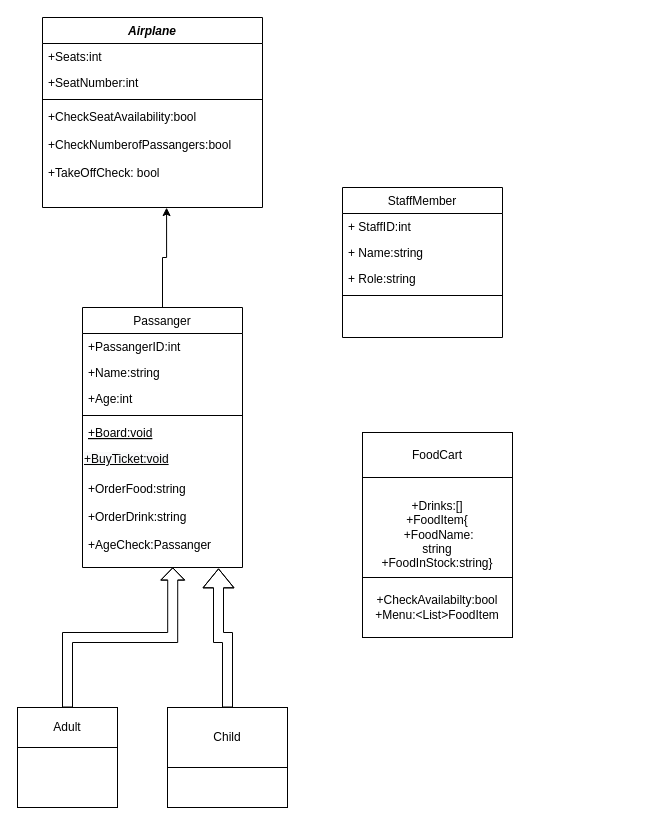
Above: MjukvaruAnalys-inlUppg/Docs/ClassDiagram-Plane.drawio in david-karlsson/MjukvaruAnalys-inlUppg (draw.io), before the change. Source tidied: cells renumbered, new cells numbered last; positions are measured from the earlier drawing's top-left corner, leaving out a move shared by most shapes. Both pictures are drawn from the tidied source at 100%, with x=0, y=0 at pixel (17, 17).
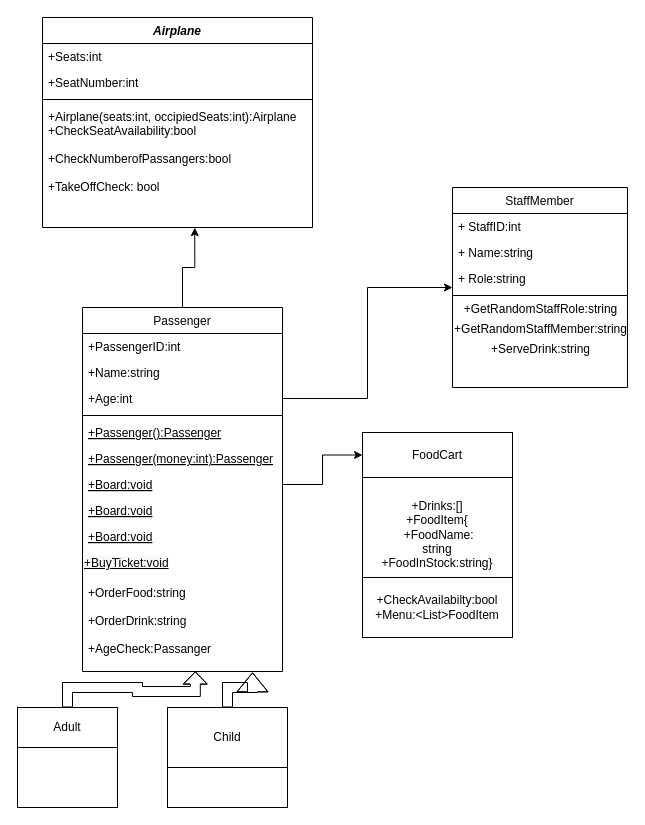
After the change.

The change refers to these unchanged cells:
```xml
<mxCell id="28" value="FoodCart" style="rounded=0;whiteSpace=wrap;html=1;" parent="1" vertex="1">
  <mxGeometry x="345" y="415" width="150" height="45" as="geometry" />
</mxCell>
```

What changed in the source:
```diff
@@
     <mxCell id="2" value="Airplane" style="swimlane;fontStyle=3;align=center;verticalAlign=top;horizontal=1;startSize=26;rounded=0;shadow=0;strokeWidth=1;" parent="1" vertex="1">
-      <mxGeometry x="25" width="220" height="190" as="geometry" />
+      <mxGeometry x="25" width="270" height="210" as="geometry" />
     </mxCell>
     <mxCell id="3" value="+Seats:int" style="text;align=left;verticalAlign=top;spacingLeft=4;spacingRight=4;overflow=hidden;" parent="2" vertex="1">
-      <mxGeometry y="26" width="220" height="26" as="geometry" />
+      <mxGeometry y="26" width="270" height="26" as="geometry" />
     </mxCell>
     <mxCell id="4" value="+SeatNumber:int" style="text;align=left;verticalAlign=top;spacingLeft=4;spacingRight=4;overflow=hidden;rounded=0;shadow=0;html=0;" parent="2" vertex="1">
-      <mxGeometry y="52" width="220" height="26" as="geometry" />
+      <mxGeometry y="52" width="270" height="26" as="geometry" />
     </mxCell>
     <mxCell id="5" style="line;html=1;strokeWidth=1;align=left;verticalAlign=middle;spacingTop=-1;spacingLeft=3;spacingRight=3;labelPosition=right;" parent="2" vertex="1">
-      <mxGeometry y="78" width="220" height="8" as="geometry" />
+      <mxGeometry y="78" width="270" height="8" as="geometry" />
     </mxCell>
-    <mxCell id="6" value="+CheckSeatAvailability:bool&#10;&#10;+CheckNumberofPassangers:bool&#10; &#10;+TakeOffCheck: bool" style="text;align=left;verticalAlign=top;spacingLeft=4;spacingRight=4;overflow=hidden;points=[[0,0.5],[1,0.5]];portConstraint=eastwest;" parent="2" vertex="1">
-      <mxGeometry y="86" width="220" height="104" as="geometry" />
+    <mxCell id="6" value="+Airplane(seats:int, occipiedSeats:int):Airplane &#10;+CheckSeatAvailability:bool&#10;&#10;+CheckNumberofPassangers:bool&#10; &#10;+TakeOffCheck: bool" style="text;align=left;verticalAlign=top;spacingLeft=4;spacingRight=4;overflow=hidden;points=[[0,0.5],[1,0.5]];portConstraint=eastwest;" parent="2" vertex="1">
+      <mxGeometry y="86" width="270" height="124" as="geometry" />
     </mxCell>
@@
-    <mxCell id="8" value="Passanger" style="swimlane;fontStyle=0;align=center;verticalAlign=top;horizontal=1;startSize=26;rounded=0;shadow=0;strokeWidth=1;" parent="1" vertex="1">
-      <mxGeometry x="65" y="290" width="160" height="260" as="geometry" />
+    <mxCell id="8" value="Passenger" style="swimlane;fontStyle=0;align=center;verticalAlign=top;horizontal=1;startSize=26;rounded=0;shadow=0;strokeWidth=1;" parent="1" vertex="1">
+      <mxGeometry x="65" y="290" width="200" height="364" as="geometry" />
     </mxCell>
-    <mxCell id="9" value="+PassangerID:int&#10;&#10;" style="text;align=left;verticalAlign=top;spacingLeft=4;spacingRight=4;overflow=hidden;" parent="8" vertex="1">
-      <mxGeometry y="26" width="160" height="26" as="geometry" />
+    <mxCell id="9" value="+PassengerID:int&#10;&#10;" style="text;align=left;verticalAlign=top;spacingLeft=4;spacingRight=4;overflow=hidden;" parent="8" vertex="1">
+      <mxGeometry y="26" width="200" height="26" as="geometry" />
     </mxCell>
     <mxCell id="10" value="+Name:string" style="text;align=left;verticalAlign=top;spacingLeft=4;spacingRight=4;overflow=hidden;rounded=0;shadow=0;html=0;" parent="8" vertex="1">
-      <mxGeometry y="52" width="160" height="26" as="geometry" />
+      <mxGeometry y="52" width="200" height="26" as="geometry" />
     </mxCell>
     <mxCell id="11" value="+Age:int" style="text;align=left;verticalAlign=top;spacingLeft=4;spacingRight=4;overflow=hidden;points=[[0,0.5],[1,0.5]];portConstraint=eastwest;rounded=0;shadow=0;html=0;" parent="8" vertex="1">
-      <mxGeometry y="78" width="160" height="26" as="geometry" />
+      <mxGeometry y="78" width="200" height="26" as="geometry" />
     </mxCell>
     <mxCell id="12" style="line;html=1;strokeWidth=1;align=left;verticalAlign=middle;spacingTop=-1;spacingLeft=3;spacingRight=3;labelPosition=right;" parent="8" vertex="1">
-      <mxGeometry y="104" width="160" height="8" as="geometry" />
+      <mxGeometry y="104" width="200" height="8" as="geometry" />
     </mxCell>
+    <mxCell id="31" value="+Passenger():Passenger" style="text;align=left;verticalAlign=top;spacingLeft=4;spacingRight=4;overflow=hidden;fontStyle=4;" parent="8" vertex="1">
+      <mxGeometry y="112" width="200" height="26" as="geometry" />
+    </mxCell>
+    <mxCell id="32" value="+Passenger(money:int):Passenger" style="text;align=left;verticalAlign=top;spacingLeft=4;spacingRight=4;overflow=hidden;fontStyle=4;" parent="8" vertex="1">
+      <mxGeometry y="138" width="200" height="26" as="geometry" />
+    </mxCell>
     <mxCell id="13" value="+Board:void" style="text;align=left;verticalAlign=top;spacingLeft=4;spacingRight=4;overflow=hidden;points=[[0,0.5],[1,0.5]];portConstraint=eastwest;fontStyle=4;" parent="8" vertex="1">
-      <mxGeometry y="112" width="160" height="26" as="geometry" />
+      <mxGeometry y="164" width="200" height="26" as="geometry" />
     </mxCell>
+    <mxCell id="33" value="+Board:void" style="text;align=left;verticalAlign=top;spacingLeft=4;spacingRight=4;overflow=hidden;fontStyle=4;" parent="8" vertex="1">
+      <mxGeometry y="190" width="200" height="26" as="geometry" />
+    </mxCell>
+    <mxCell id="34" value="+Board:void" style="text;align=left;verticalAlign=top;spacingLeft=4;spacingRight=4;overflow=hidden;fontStyle=4;" parent="8" vertex="1">
+      <mxGeometry y="216" width="200" height="26" as="geometry" />
+    </mxCell>
     <mxCell id="14" value="&lt;span style=&quot;color: rgb(0 , 0 , 0) ; font-family: &amp;#34;helvetica&amp;#34; ; font-size: 12px ; font-style: normal ; font-weight: 400 ; letter-spacing: normal ; text-align: left ; text-indent: 0px ; text-transform: none ; word-spacing: 0px ; background-color: rgb(248 , 249 , 250) ; text-decoration: underline ; display: inline ; float: none&quot;&gt;+BuyTicket:void&lt;/span&gt;" style="text;whiteSpace=wrap;html=1;" parent="8" vertex="1">
-      <mxGeometry y="138" width="160" height="30" as="geometry" />
+      <mxGeometry y="242" width="200" height="30" as="geometry" />
     </mxCell>
     <mxCell id="15" value="+OrderFood:string&#10;&#10;+OrderDrink:string&#10;&#10;+AgeCheck:Passanger" style="text;align=left;verticalAlign=top;spacingLeft=4;spacingRight=4;overflow=hidden;points=[[0,0.5],[1,0.5]];portConstraint=eastwest;" parent="8" vertex="1">
-      <mxGeometry y="168" width="160" height="92" as="geometry" />
+      <mxGeometry y="272" width="200" height="92" as="geometry" />
     </mxCell>
-    <mxCell id="16" value="StaffMember" style="swimlane;fontStyle=0;align=center;verticalAlign=top;horizontal=1;startSize=26;rounded=0;shadow=0;strokeWidth=1;" parent="1" vertex="1">
-      <mxGeometry x="325" y="170" width="160" height="150" as="geometry" />
-    </mxCell>
-    <mxCell id="17" value="+ StaffID:int" style="text;align=left;verticalAlign=top;spacingLeft=4;spacingRight=4;overflow=hidden;" parent="16" vertex="1">
-      <mxGeometry y="26" width="160" height="26" as="geometry" />
-    </mxCell>
-    <mxCell id="18" value="+ Name:string" style="text;align=left;verticalAlign=top;spacingLeft=4;spacingRight=4;overflow=hidden;" parent="16" vertex="1">
-      <mxGeometry y="52" width="160" height="26" as="geometry" />
-    </mxCell>
-    <mxCell id="19" value="+ Role:string" style="text;align=left;verticalAlign=top;spacingLeft=4;spacingRight=4;overflow=hidden;" parent="16" vertex="1">
-      <mxGeometry y="78" width="160" height="26" as="geometry" />
-    </mxCell>
-    <mxCell id="20" style="line;html=1;strokeWidth=1;align=left;verticalAlign=middle;spacingTop=-1;spacingLeft=3;spacingRight=3;labelPosition=right;" parent="16" vertex="1">
-      <mxGeometry y="104" width="160" height="8" as="geometry" />
-    </mxCell>
@@
+    <mxCell id="35" style="edgeStyle=orthogonalEdgeStyle;rounded=0;jettySize=auto;html=1;entryX=0;entryY=0.5;entryDx=0;entryDy=0;" parent="1" edge="1" source="13" target="28">
+      <mxGeometry relative="1" as="geometry" />
+    </mxCell>
+    <mxCell id="36" style="edgeStyle=orthogonalEdgeStyle;rounded=0;jettySize=auto;html=1;" parent="1" edge="1" source="11" target="16">
+      <mxGeometry relative="1" as="geometry" />
+    </mxCell>
+    <mxCell id="16" value="StaffMember" style="swimlane;fontStyle=0;align=center;verticalAlign=top;horizontal=1;startSize=26;rounded=0;shadow=0;strokeWidth=1;" parent="1" vertex="1">
+      <mxGeometry x="435" y="170" width="175" height="200" as="geometry" />
+    </mxCell>
+    <mxCell id="17" value="+ StaffID:int" style="text;align=left;verticalAlign=top;spacingLeft=4;spacingRight=4;overflow=hidden;" parent="16" vertex="1">
+      <mxGeometry y="26" width="175" height="26" as="geometry" />
+    </mxCell>
+    <mxCell id="18" value="+ Name:string" style="text;align=left;verticalAlign=top;spacingLeft=4;spacingRight=4;overflow=hidden;" parent="16" vertex="1">
+      <mxGeometry y="52" width="175" height="26" as="geometry" />
+    </mxCell>
+    <mxCell id="19" value="+ Role:string" style="text;align=left;verticalAlign=top;spacingLeft=4;spacingRight=4;overflow=hidden;" parent="16" vertex="1">
+      <mxGeometry y="78" width="175" height="26" as="geometry" />
+    </mxCell>
+    <mxCell id="20" style="line;html=1;strokeWidth=1;align=left;verticalAlign=middle;spacingTop=-1;spacingLeft=3;spacingRight=3;labelPosition=right;" parent="16" vertex="1">
+      <mxGeometry y="104" width="175" height="8" as="geometry" />
+    </mxCell>
+    <mxCell id="37" value="+GetRandomStaffRole:string" style="text;html=1;align=center;verticalAlign=middle;" parent="16" vertex="1">
+      <mxGeometry y="112" width="175" height="20" as="geometry" />
+    </mxCell>
+    <mxCell id="38" value="+GetRandomStaffMember:string" style="text;html=1;align=center;verticalAlign=middle;" parent="16" vertex="1">
+      <mxGeometry y="132" width="175" height="20" as="geometry" />
+    </mxCell>
+    <mxCell id="39" value="+ServeDrink:string" style="text;html=1;align=center;verticalAlign=middle;" parent="16" vertex="1">
+      <mxGeometry y="152" width="175" height="20" as="geometry" />
+    </mxCell>
```
